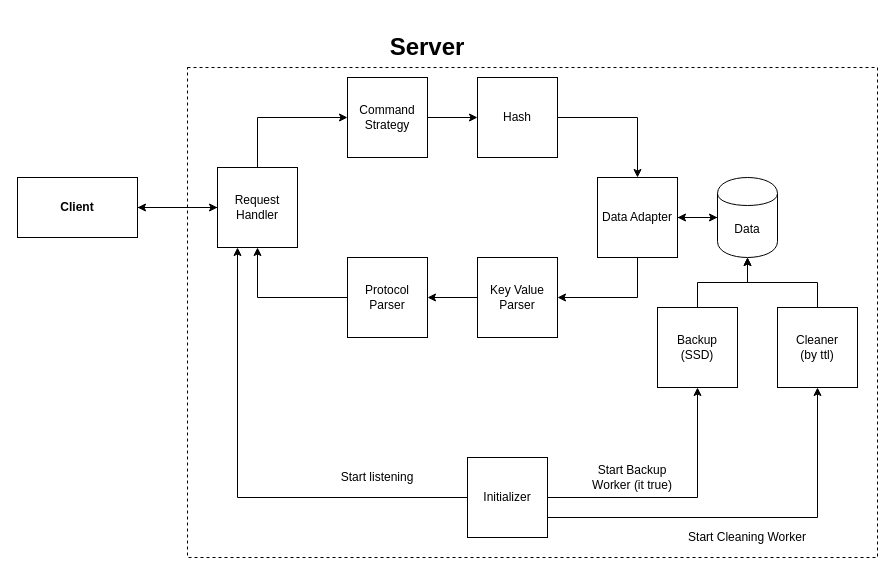
This is go-redis-server.drawio from idanmadmon/go-redis-server, a draw.io file, before an edit. Source tidied: cells renumbered, new cells numbered last; positions are measured from the earlier drawing's top-left corner, leaving out a move shared by most shapes. Both pictures are drawn from the tidied source at 100%, with x=0, y=0 at pixel (17, 37).
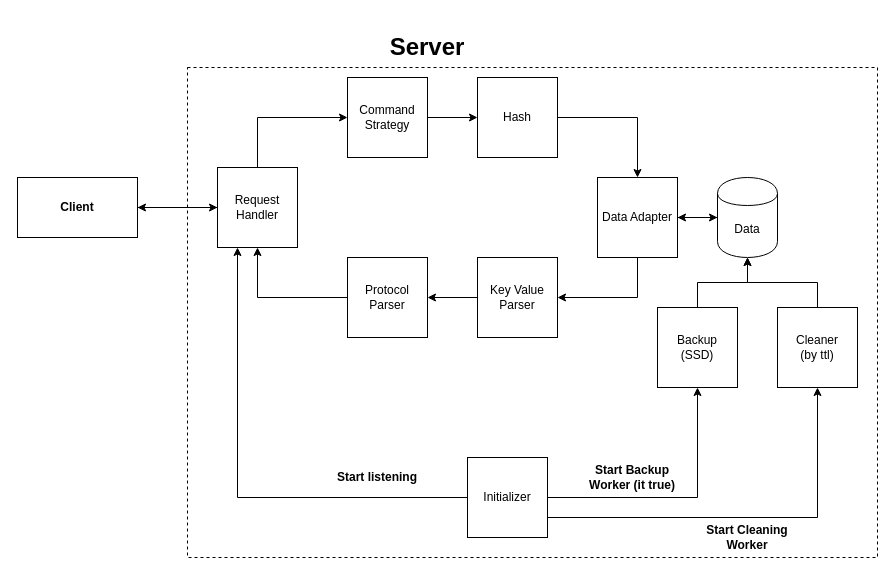
The same diagram, later.

Diff of the diagram source:
```diff
@@
-    <mxCell id="30" value="Start Cleaning Worker" style="text;html=1;strokeColor=none;fillColor=none;align=center;verticalAlign=middle;whiteSpace=wrap;rounded=0;" parent="1" vertex="1">
+    <mxCell id="30" value="&lt;b&gt;Start Cleaning Worker&lt;/b&gt;" style="text;html=1;strokeColor=none;fillColor=none;align=center;verticalAlign=middle;whiteSpace=wrap;rounded=0;" parent="1" vertex="1">
       <mxGeometry x="670" y="490" width="120" height="20" as="geometry" />
     </mxCell>
-    <mxCell id="31" value="Start Backup Worker (it true)" style="text;html=1;strokeColor=none;fillColor=none;align=center;verticalAlign=middle;whiteSpace=wrap;rounded=0;" parent="1" vertex="1">
+    <mxCell id="31" value="&lt;b&gt;Start Backup Worker (it true)&lt;/b&gt;" style="text;html=1;strokeColor=none;fillColor=none;align=center;verticalAlign=middle;whiteSpace=wrap;rounded=0;" parent="1" vertex="1">
       <mxGeometry x="560" y="430" width="110" height="20" as="geometry" />
     </mxCell>
-    <mxCell id="32" value="Start listening" style="text;html=1;strokeColor=none;fillColor=none;align=center;verticalAlign=middle;whiteSpace=wrap;rounded=0;" parent="1" vertex="1">
+    <mxCell id="32" value="&lt;b&gt;Start listening&lt;/b&gt;" style="text;html=1;strokeColor=none;fillColor=none;align=center;verticalAlign=middle;whiteSpace=wrap;rounded=0;" parent="1" vertex="1">
       <mxGeometry x="300" y="430" width="120" height="20" as="geometry" />
     </mxCell>
```
